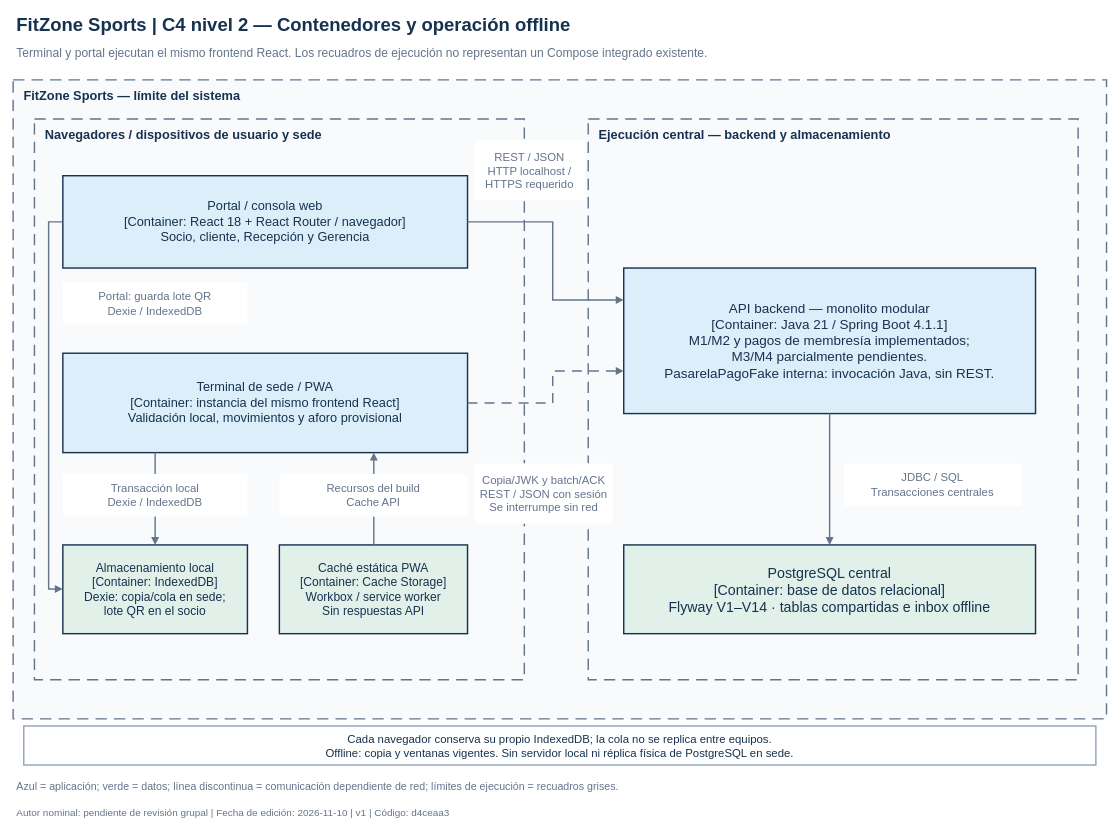
Earlier version of the draw.io diagram docs/diagramas/c4-02-contenedores.drawio (magacastell/FitZone_Sports). Source tidied: cells renumbered, new cells numbered last; positions are measured from the earlier drawing's top-left corner, leaving out a move shared by most shapes. Both pictures are drawn from the tidied source at 71%, with x=0, y=0 at pixel (13, 12).
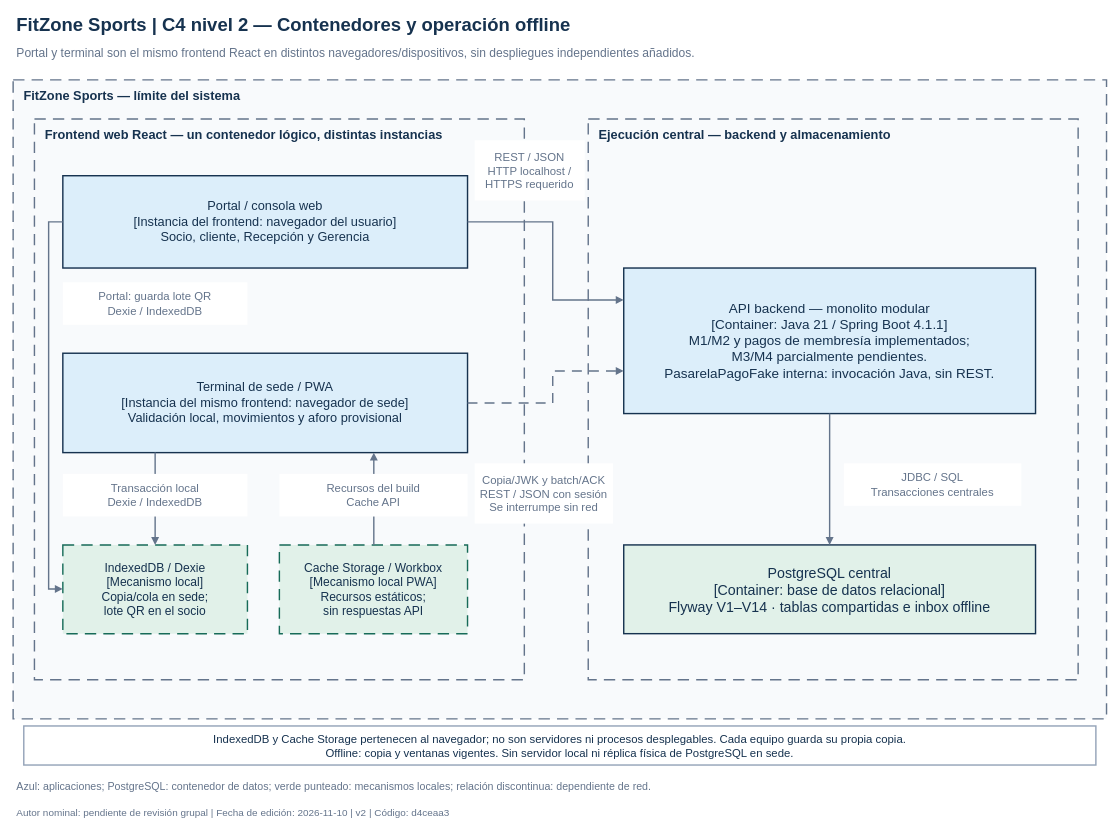
The same diagram, later.

Diff of the diagram source:
```diff
@@
+    <mxCell id="7" value="IndexedDB / Dexie&#10;[Mecanismo local]&#10;Copia/cola en sede;&#10;lote QR en el socio" style="rounded=0;whiteSpace=wrap;html=0;fillColor=#e1f1e9;strokeColor=#176b58;strokeWidth=2;fontFamily=Arial;fontSize=17;fontColor=#16324f;fontStyle=0;align=center;verticalAlign=middle;spacing=0;dashed=1;dashPattern=8 5;" parent="1" vertex="1">
+      <mxGeometry x="70" y="750" width="260" height="125" as="geometry" />
+    </mxCell>
+    <mxCell id="8" value="Cache Storage / Workbox&#10;[Mecanismo local PWA]&#10;Recursos estáticos;&#10;sin respuestas API" style="rounded=0;whiteSpace=wrap;html=0;fillColor=#e1f1e9;strokeColor=#176b58;strokeWidth=2;fontFamily=Arial;fontSize=17;fontColor=#16324f;fontStyle=0;align=center;verticalAlign=middle;spacing=0;dashed=1;dashPattern=8 5;" parent="1" vertex="1">
+      <mxGeometry x="375" y="750" width="265" height="125" as="geometry" />
+    </mxCell>
-    <mxCell id="5" value="Portal / consola web&#10;[Container: React 18 + React Router / navegador]&#10;Socio, cliente, Recepción y Gerencia" style="rounded=0;whiteSpace=wrap;html=0;fillColor=#dceefa;strokeColor=#16324f;strokeWidth=2;fontFamily=Arial;fontSize=18;fontColor=#16324f;fontStyle=0;align=center;verticalAlign=middle;spacing=0;" parent="1" vertex="1">
+    <mxCell id="5" value="Portal / consola web&#10;[Instancia del frontend: navegador del usuario]&#10;Socio, cliente, Recepción y Gerencia" style="rounded=0;whiteSpace=wrap;html=0;fillColor=#dceefa;strokeColor=#16324f;strokeWidth=2;fontFamily=Arial;fontSize=18;fontColor=#16324f;fontStyle=0;align=center;verticalAlign=middle;spacing=0;" parent="1" vertex="1">
       <mxGeometry x="70" y="230" width="570" height="130" as="geometry" />
     </mxCell>
-    <mxCell id="6" value="Terminal de sede / PWA&#10;[Container: instancia del mismo frontend React]&#10;Validación local, movimientos y aforo provisional" style="rounded=0;whiteSpace=wrap;html=0;fillColor=#dceefa;strokeColor=#16324f;strokeWidth=2;fontFamily=Arial;fontSize=18;fontColor=#16324f;fontStyle=0;align=center;verticalAlign=middle;spacing=0;" parent="1" vertex="1">
+    <mxCell id="6" value="Terminal de sede / PWA&#10;[Instancia del mismo frontend: navegador de sede]&#10;Validación local, movimientos y aforo provisional" style="rounded=0;whiteSpace=wrap;html=0;fillColor=#dceefa;strokeColor=#16324f;strokeWidth=2;fontFamily=Arial;fontSize=18;fontColor=#16324f;fontStyle=0;align=center;verticalAlign=middle;spacing=0;" parent="1" vertex="1">
       <mxGeometry x="70" y="480" width="570" height="140" as="geometry" />
     </mxCell>
-    <mxCell id="7" value="Almacenamiento local&#10;[Container: IndexedDB]&#10;Dexie: copia/cola en sede;&#10;lote QR en el socio" style="rounded=0;whiteSpace=wrap;html=0;fillColor=#e1f1e9;strokeColor=#16324f;strokeWidth=2;fontFamily=Arial;fontSize=17;fontColor=#16324f;fontStyle=0;align=center;verticalAlign=middle;spacing=0;" parent="1" vertex="1">
-      <mxGeometry x="70" y="750" width="260" height="125" as="geometry" />
-    </mxCell>
-    <mxCell id="8" value="Caché estática PWA&#10;[Container: Cache Storage]&#10;Workbox / service worker&#10;Sin respuestas API" style="rounded=0;whiteSpace=wrap;html=0;fillColor=#e1f1e9;strokeColor=#16324f;strokeWidth=2;fontFamily=Arial;fontSize=17;fontColor=#16324f;fontStyle=0;align=center;verticalAlign=middle;spacing=0;" parent="1" vertex="1">
-      <mxGeometry x="375" y="750" width="265" height="125" as="geometry" />
-    </mxCell>
@@
-    <mxCell id="11" value="Cada navegador conserva su propio IndexedDB; la cola no se replica entre equipos.&#10;Offline: copia y ventanas vigentes. Sin servidor local ni réplica física de PostgreSQL en sede." style="rounded=0;whiteSpace=wrap;html=0;fillColor=white;strokeColor=#94a3b8;strokeWidth=2;fontFamily=Arial;fontSize=16;fontColor=#16324f;fontStyle=0;align=center;verticalAlign=middle;spacing=0;" parent="1" vertex="1">
+    <mxCell id="11" value="IndexedDB y Cache Storage pertenecen al navegador; no son servidores ni procesos desplegables. Cada equipo guarda su propia copia.&#10;Offline: copia y ventanas vigentes. Sin servidor local ni réplica física de PostgreSQL en sede." style="rounded=0;whiteSpace=wrap;html=0;fillColor=white;strokeColor=#94a3b8;strokeWidth=2;fontFamily=Arial;fontSize=16;fontColor=#16324f;fontStyle=0;align=center;verticalAlign=middle;spacing=0;" parent="1" vertex="1">
       <mxGeometry x="15" y="1005" width="1510" height="55" as="geometry" />
     </mxCell>
@@
-    <mxCell id="19" value="Terminal y portal ejecutan el mismo frontend React. Los recuadros de ejecución no representan un Compose integrado existente." style="text;html=0;whiteSpace=wrap;align=left;verticalAlign=middle;spacing=0;fontFamily=Arial;fontSize=17;fontColor=#64748b;fontStyle=0;fillColor=none;strokeColor=none;" parent="1" vertex="1">
+    <mxCell id="19" value="Portal y terminal son el mismo frontend React en distintos navegadores/dispositivos, sin despliegues independientes añadidos." style="text;html=0;whiteSpace=wrap;align=left;verticalAlign=middle;spacing=0;fontFamily=Arial;fontSize=17;fontColor=#64748b;fontStyle=0;fillColor=none;strokeColor=none;" parent="1" vertex="1">
       <mxGeometry x="5" y="40" width="1530" height="35" as="geometry" />
     </mxCell>
@@
-    <mxCell id="21" value="Navegadores / dispositivos de usuario y sede" style="text;html=0;whiteSpace=wrap;align=left;verticalAlign=middle;spacing=0;fontFamily=Arial;fontSize=18;fontColor=#16324f;fontStyle=1;fillColor=none;strokeColor=none;" parent="1" vertex="1">
+    <mxCell id="21" value="Frontend web React — un contenedor lógico, distintas instancias" style="text;html=0;whiteSpace=wrap;align=left;verticalAlign=middle;spacing=0;fontFamily=Arial;fontSize=18;fontColor=#16324f;fontStyle=1;fillColor=none;strokeColor=none;" parent="1" vertex="1">
       <mxGeometry x="45" y="158" width="660" height="30" as="geometry" />
     </mxCell>
@@
-    <mxCell id="29" value="Azul = aplicación; verde = datos; línea discontinua = comunicación dependiente de red; límites de ejecución = recuadros grises." style="text;html=0;whiteSpace=wrap;align=left;verticalAlign=middle;spacing=0;fontFamily=Arial;fontSize=15;fontColor=#64748b;fontStyle=0;fillColor=none;strokeColor=none;" parent="1" vertex="1">
+    <mxCell id="29" value="Azul: aplicaciones; PostgreSQL: contenedor de datos; verde punteado: mecanismos locales; relación discontinua: dependiente de red." style="text;html=0;whiteSpace=wrap;align=left;verticalAlign=middle;spacing=0;fontFamily=Arial;fontSize=15;fontColor=#64748b;fontStyle=0;fillColor=none;strokeColor=none;" parent="1" vertex="1">
       <mxGeometry x="5" y="1074" width="1530" height="32" as="geometry" />
     </mxCell>
-    <mxCell id="30" value="Autor nominal: pendiente de revisión grupal | Fecha de edición: 2026-11-10 | v1 | Código: d4ceaa3" style="text;html=0;whiteSpace=wrap;align=left;verticalAlign=middle;spacing=0;fontFamily=Arial;fontSize=14;fontColor=#64748b;fontStyle=0;fillColor=none;strokeColor=none;" parent="1" vertex="1">
+    <mxCell id="30" value="Autor nominal: pendiente de revisión grupal | Fecha de edición: 2026-11-10 | v2 | Código: d4ceaa3" style="text;html=0;whiteSpace=wrap;align=left;verticalAlign=middle;spacing=0;fontFamily=Arial;fontSize=14;fontColor=#64748b;fontStyle=0;fillColor=none;strokeColor=none;" parent="1" vertex="1">
       <mxGeometry x="5" y="1113" width="1530" height="30" as="geometry" />
     </mxCell>
```
